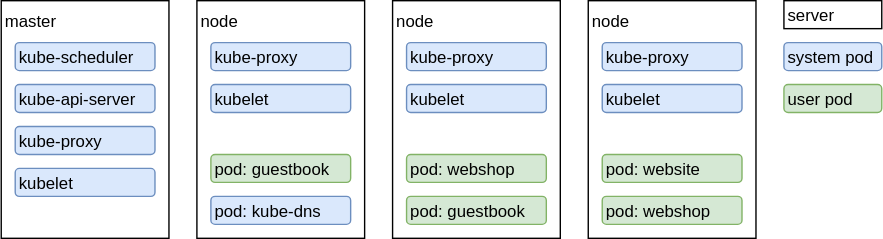
Above: jekyll/blog/kubernetes-101/nodes.svg in foxylion/foxylion.github.io (draw.io), before the change. Source tidied: cells renumbered, new cells last; positions are measured from the earlier drawing's top-left corner, leaving out a move shared by most shapes.
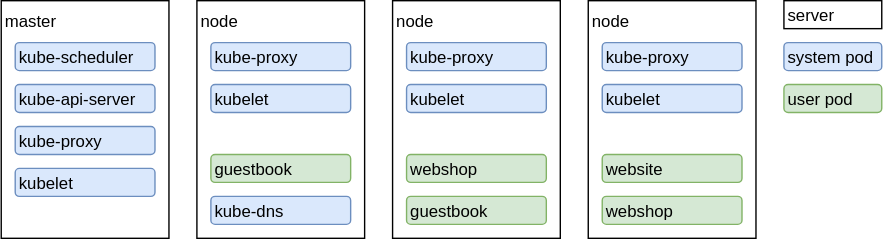
The same diagram one commit later.

Commit message:
Add chapter create your cluster

Change to the diagram source:
```diff
@@ -1,4 +1,4 @@
-<mxGraphModel background="#ffffff">
+<mxGraphModel>
   <root>
     <mxCell id="0" />
     <mxCell id="1" parent="0" />
@@ -44,22 +44,22 @@
     <mxCell id="15" value="kubelet" style="rounded=1;whiteSpace=wrap;html=1;align=left;fillColor=#dae8fc;strokeColor=#6c8ebf;" parent="1" vertex="1">
       <mxGeometry x="430" y="60" width="100" height="20" as="geometry" />
     </mxCell>
-    <mxCell id="16" value="pod:&amp;nbsp;&lt;span&gt;guestbook&lt;/span&gt;" style="rounded=1;whiteSpace=wrap;html=1;align=left;fillColor=#d5e8d4;strokeColor=#82b366;" parent="1" vertex="1">
+    <mxCell id="16" value="&lt;span&gt;guestbook&lt;/span&gt;" style="rounded=1;whiteSpace=wrap;html=1;align=left;fillColor=#d5e8d4;strokeColor=#82b366;" parent="1" vertex="1">
       <mxGeometry x="150" y="110" width="100" height="20" as="geometry" />
     </mxCell>
-    <mxCell id="17" value="pod: webshop" style="rounded=1;whiteSpace=wrap;html=1;align=left;fillColor=#d5e8d4;strokeColor=#82b366;" parent="1" vertex="1">
+    <mxCell id="17" value="&lt;div&gt;&lt;span&gt;webshop&lt;/span&gt;&lt;br&gt;&lt;/div&gt;" style="rounded=1;whiteSpace=wrap;html=1;align=left;fillColor=#d5e8d4;strokeColor=#82b366;" parent="1" vertex="1">
       <mxGeometry x="290" y="110" width="100" height="20" as="geometry" />
     </mxCell>
-    <mxCell id="18" value="pod:&amp;nbsp;&lt;span&gt;website&lt;/span&gt;" style="rounded=1;whiteSpace=wrap;html=1;align=left;fillColor=#d5e8d4;strokeColor=#82b366;" parent="1" vertex="1">
+    <mxCell id="18" value="&lt;span&gt;website&lt;/span&gt;" style="rounded=1;whiteSpace=wrap;html=1;align=left;fillColor=#d5e8d4;strokeColor=#82b366;" parent="1" vertex="1">
       <mxGeometry x="430" y="110" width="100" height="20" as="geometry" />
     </mxCell>
-    <mxCell id="19" value="pod:&amp;nbsp;&lt;span&gt;guestbook&lt;/span&gt;" style="rounded=1;whiteSpace=wrap;html=1;align=left;fillColor=#d5e8d4;strokeColor=#82b366;" parent="1" vertex="1">
+    <mxCell id="19" value="&lt;span&gt;guestbook&lt;/span&gt;" style="rounded=1;whiteSpace=wrap;html=1;align=left;fillColor=#d5e8d4;strokeColor=#82b366;" parent="1" vertex="1">
       <mxGeometry x="290" y="140" width="100" height="20" as="geometry" />
     </mxCell>
-    <mxCell id="20" value="pod: webshop" style="rounded=1;whiteSpace=wrap;html=1;align=left;fillColor=#d5e8d4;strokeColor=#82b366;" parent="1" vertex="1">
+    <mxCell id="20" value="webshop" style="rounded=1;whiteSpace=wrap;html=1;align=left;fillColor=#d5e8d4;strokeColor=#82b366;" parent="1" vertex="1">
       <mxGeometry x="430" y="140" width="100" height="20" as="geometry" />
     </mxCell>
-    <mxCell id="21" value="pod: kube-dns" style="rounded=1;whiteSpace=wrap;html=1;align=left;fillColor=#dae8fc;strokeColor=#6c8ebf;" parent="1" vertex="1">
+    <mxCell id="21" value="kube-dns" style="rounded=1;whiteSpace=wrap;html=1;align=left;fillColor=#dae8fc;strokeColor=#6c8ebf;" parent="1" vertex="1">
       <mxGeometry x="150" y="140" width="100" height="20" as="geometry" />
     </mxCell>
     <mxCell id="22" value="server" style="whiteSpace=wrap;html=1;align=left;" parent="1" vertex="1">
```
